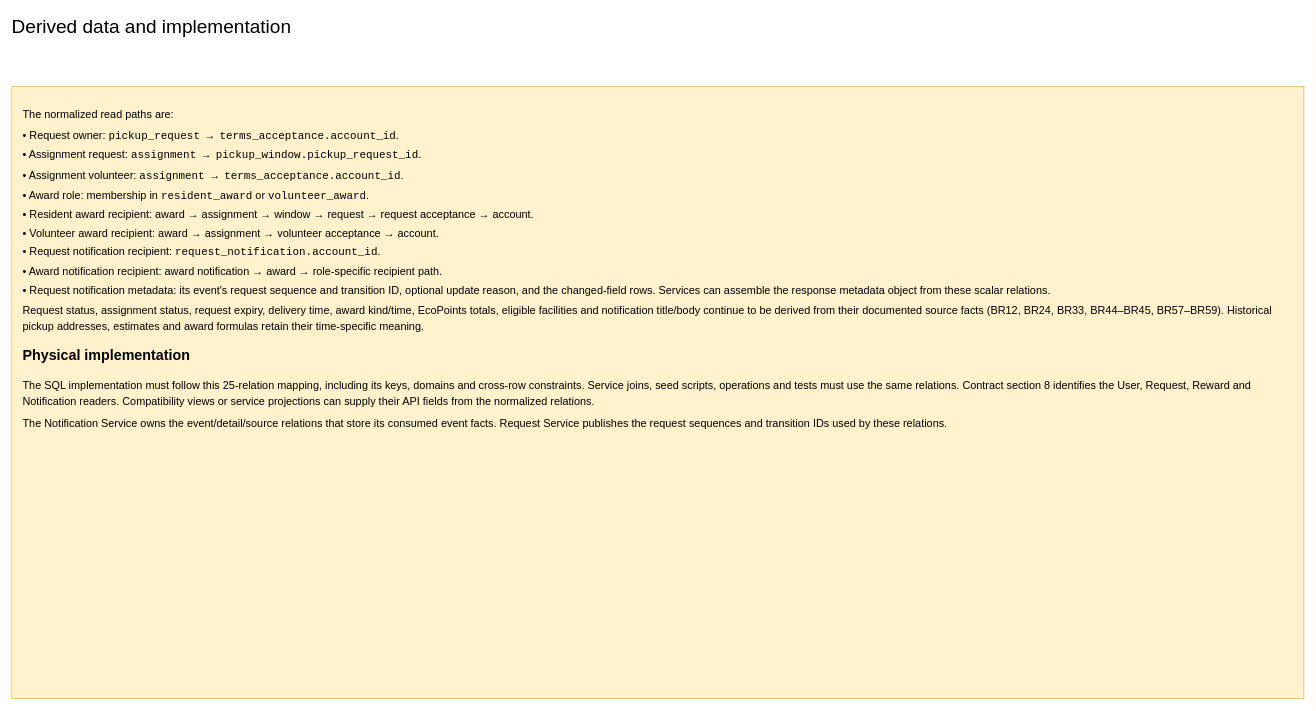
Above: page "Derived data and implementation" (6 of 6) of docs/Final Submission/ENSF608/2. Logical model/Logical Database Model.drawio in dannydufau/ecocollect (draw.io), before the change. Source tidied: cells renumbered, new cells numbered last; positions are measured from the earlier drawing's top-left corner, leaving out a move shared by most shapes. Both pictures are drawn from the tidied source at 68%, with x=0, y=0 at pixel (12, 12).
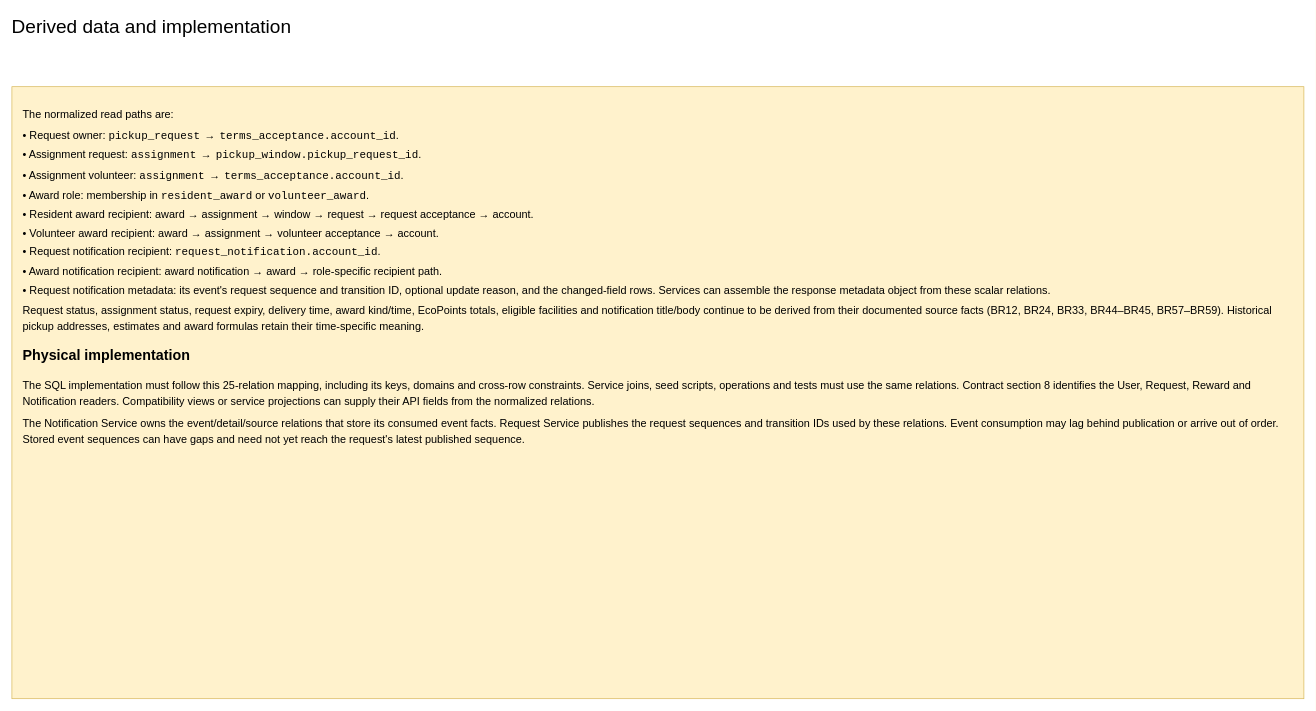
Above is the later version.

Commit message (it also covers changes not shown here):
docs: align physical checks and evidence with the database contract

What changed in the source:
```diff
@@
 <mxGraphModel>
   <root>
     <mxCell id="0" />
     <mxCell id="1" parent="0" />
     <mxCell id="2" value="Derived data and implementation" style="text;html=1;whiteSpace=wrap;align=left;verticalAlign=top;fontFamily=Helvetica;fontSize=28;fontColor=#000000;spacing=0;" parent="1" vertex="1">
       <mxGeometry width="1850" height="70" as="geometry" />
     </mxCell>
-    <mxCell id="3" value="&lt;p style=&quot;line-height:1.45;margin:9px 0&quot;&gt;The normalized read paths are:&lt;/p&gt;&lt;p style=&quot;margin:8px 0&quot;&gt;• Request owner: &lt;code&gt;pickup_request → terms_acceptance.account_id&lt;/code&gt;.&lt;/p&gt;&lt;p style=&quot;margin:8px 0&quot;&gt;• Assignment request: &lt;code&gt;assignment → pickup_window.pickup_request_id&lt;/code&gt;.&lt;/p&gt;&lt;p style=&quot;margin:8px 0&quot;&gt;• Assignment volunteer: &lt;code&gt;assignment → terms_acceptance.account_id&lt;/code&gt;.&lt;/p&gt;&lt;p style=&quot;margin:8px 0&quot;&gt;• Award role: membership in &lt;code&gt;resident_award&lt;/code&gt; or &lt;code&gt;volunteer_award&lt;/code&gt;.&lt;/p&gt;&lt;p style=&quot;margin:8px 0&quot;&gt;• Resident award recipient: award → assignment → window → request → request acceptance → account.&lt;/p&gt;&lt;p style=&quot;margin:8px 0&quot;&gt;• Volunteer award recipient: award → assignment → volunteer acceptance → account.&lt;/p&gt;&lt;p style=&quot;margin:8px 0&quot;&gt;• Request notification recipient: &lt;code&gt;request_notification.account_id&lt;/code&gt;.&lt;/p&gt;&lt;p style=&quot;margin:8px 0&quot;&gt;• Award notification recipient: award notification → award → role-specific recipient path.&lt;/p&gt;&lt;p style=&quot;margin:8px 0&quot;&gt;• Request notification metadata: its event&amp;#x27;s request sequence and transition ID, optional update reason, and the changed-field rows. Services can assemble the response metadata object from these scalar relations.&lt;/p&gt;&lt;p style=&quot;line-height:1.45;margin:9px 0&quot;&gt;Request status, assignment status, request expiry, delivery time, award kind/time, EcoPoints totals, eligible facilities and notification title/body continue to be derived from their documented source facts (BR12, BR24, BR33, BR44–BR45, BR57–BR59). Historical pickup addresses, estimates and award formulas retain their time-specific meaning.&lt;/p&gt;&lt;p style=&quot;font-size:21px;font-weight:bold;margin-top:18px&quot;&gt;Physical implementation&lt;/p&gt;&lt;p style=&quot;line-height:1.45;margin:9px 0&quot;&gt;The SQL implementation must follow this 25-relation mapping, including its keys, domains and cross-row constraints. Service joins, seed scripts, operations and tests must use the same relations. Contract section 8 identifies the User, Request, Reward and Notification readers. Compatibility views or service projections can supply their API fields from the normalized relations.&lt;/p&gt;&lt;p style=&quot;line-height:1.45;margin:9px 0&quot;&gt;The Notification Service owns the event/detail/source relations that store its consumed event facts. Request Service publishes the request sequences and transition IDs used by these relations.&lt;/p&gt;" style="whiteSpace=wrap;html=1;fillColor=#fff2cc;strokeColor=#d6b656;align=left;verticalAlign=top;spacing=16;fontFamily=Helvetica;fontSize=16;fontColor=#000000;" parent="1" vertex="1">
+    <mxCell id="3" value="&lt;p style=&quot;line-height:1.45;margin:9px 0&quot;&gt;The normalized read paths are:&lt;/p&gt;&lt;p style=&quot;margin:8px 0&quot;&gt;• Request owner: &lt;code&gt;pickup_request → terms_acceptance.account_id&lt;/code&gt;.&lt;/p&gt;&lt;p style=&quot;margin:8px 0&quot;&gt;• Assignment request: &lt;code&gt;assignment → pickup_window.pickup_request_id&lt;/code&gt;.&lt;/p&gt;&lt;p style=&quot;margin:8px 0&quot;&gt;• Assignment volunteer: &lt;code&gt;assignment → terms_acceptance.account_id&lt;/code&gt;.&lt;/p&gt;&lt;p style=&quot;margin:8px 0&quot;&gt;• Award role: membership in &lt;code&gt;resident_award&lt;/code&gt; or &lt;code&gt;volunteer_award&lt;/code&gt;.&lt;/p&gt;&lt;p style=&quot;margin:8px 0&quot;&gt;• Resident award recipient: award → assignment → window → request → request acceptance → account.&lt;/p&gt;&lt;p style=&quot;margin:8px 0&quot;&gt;• Volunteer award recipient: award → assignment → volunteer acceptance → account.&lt;/p&gt;&lt;p style=&quot;margin:8px 0&quot;&gt;• Request notification recipient: &lt;code&gt;request_notification.account_id&lt;/code&gt;.&lt;/p&gt;&lt;p style=&quot;margin:8px 0&quot;&gt;• Award notification recipient: award notification → award → role-specific recipient path.&lt;/p&gt;&lt;p style=&quot;margin:8px 0&quot;&gt;• Request notification metadata: its event&amp;#x27;s request sequence and transition ID, optional update reason, and the changed-field rows. Services can assemble the response metadata object from these scalar relations.&lt;/p&gt;&lt;p style=&quot;line-height:1.45;margin:9px 0&quot;&gt;Request status, assignment status, request expiry, delivery time, award kind/time, EcoPoints totals, eligible facilities and notification title/body continue to be derived from their documented source facts (BR12, BR24, BR33, BR44–BR45, BR57–BR59). Historical pickup addresses, estimates and award formulas retain their time-specific meaning.&lt;/p&gt;&lt;p style=&quot;font-size:21px;font-weight:bold;margin-top:18px&quot;&gt;Physical implementation&lt;/p&gt;&lt;p style=&quot;line-height:1.45;margin:9px 0&quot;&gt;The SQL implementation must follow this 25-relation mapping, including its keys, domains and cross-row constraints. Service joins, seed scripts, operations and tests must use the same relations. Contract section 8 identifies the User, Request, Reward and Notification readers. Compatibility views or service projections can supply their API fields from the normalized relations.&lt;/p&gt;&lt;p style=&quot;line-height:1.45;margin:9px 0&quot;&gt;The Notification Service owns the event/detail/source relations that store its consumed event facts. Request Service publishes the request sequences and transition IDs used by these relations. Event consumption may lag behind publication or arrive out of order. Stored event sequences can have gaps and need not yet reach the request's latest published sequence.&lt;/p&gt;" style="whiteSpace=wrap;html=1;fillColor=#fff2cc;strokeColor=#d6b656;align=left;verticalAlign=top;spacing=16;fontFamily=Helvetica;fontSize=16;fontColor=#000000;" parent="1" vertex="1">
       <mxGeometry y="110" width="1900" height="900" as="geometry" />
     </mxCell>
   </root>
 </mxGraphModel>
```
